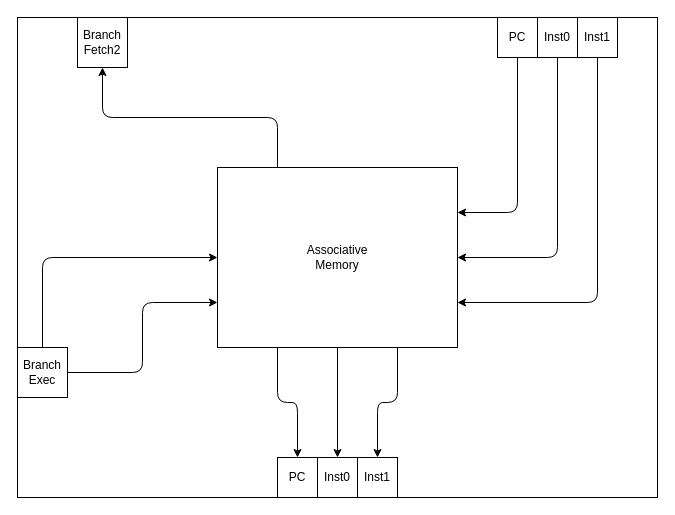
Earlier version of the draw.io diagram Diagrammi/Fetch2.drawio (The90Frank/MinorArmAnalyzer). Source tidied: cells renumbered, new cells numbered last; positions are measured from the earlier drawing's top-left corner, leaving out a move shared by most shapes. Both pictures are drawn from the tidied source at 100%, with x=0, y=0 at pixel (17, 17).
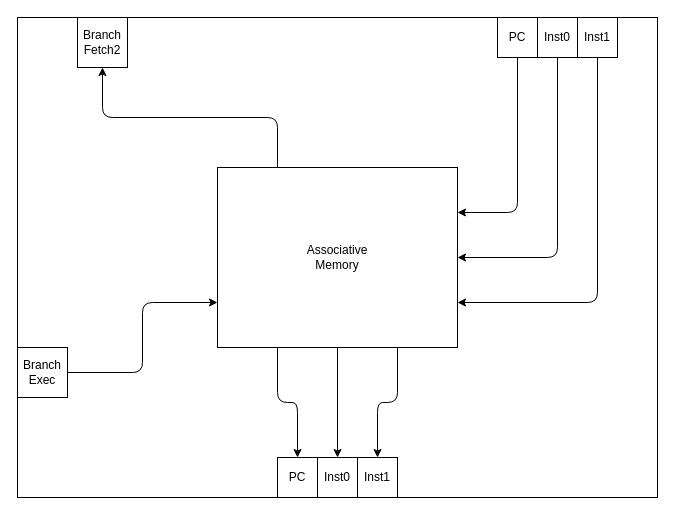
Above is the later version.

Unchanged cells that the change refers to:
```xml
<mxCell id="15" value="Branch&lt;br&gt;Exec" style="whiteSpace=wrap;html=1;" parent="1" vertex="1">
  <mxGeometry y="330" width="50" height="50" as="geometry" />
</mxCell>
<mxCell id="20" value="Associative&lt;br&gt;Memory" style="rounded=0;whiteSpace=wrap;html=1;" parent="1" vertex="1">
  <mxGeometry x="200" y="150" width="240" height="180" as="geometry" />
</mxCell>
```

Change to the diagram source:
```diff
@@
-    <mxCell id="14" style="edgeStyle=orthogonalEdgeStyle;rounded=1;jettySize=auto;html=1;exitX=0.5;exitY=0;exitDx=0;exitDy=0;entryX=0;entryY=0.5;entryDx=0;entryDy=0;" parent="1" edge="1" source="15" target="20">
-      <mxGeometry relative="1" as="geometry" />
-    </mxCell>
```
